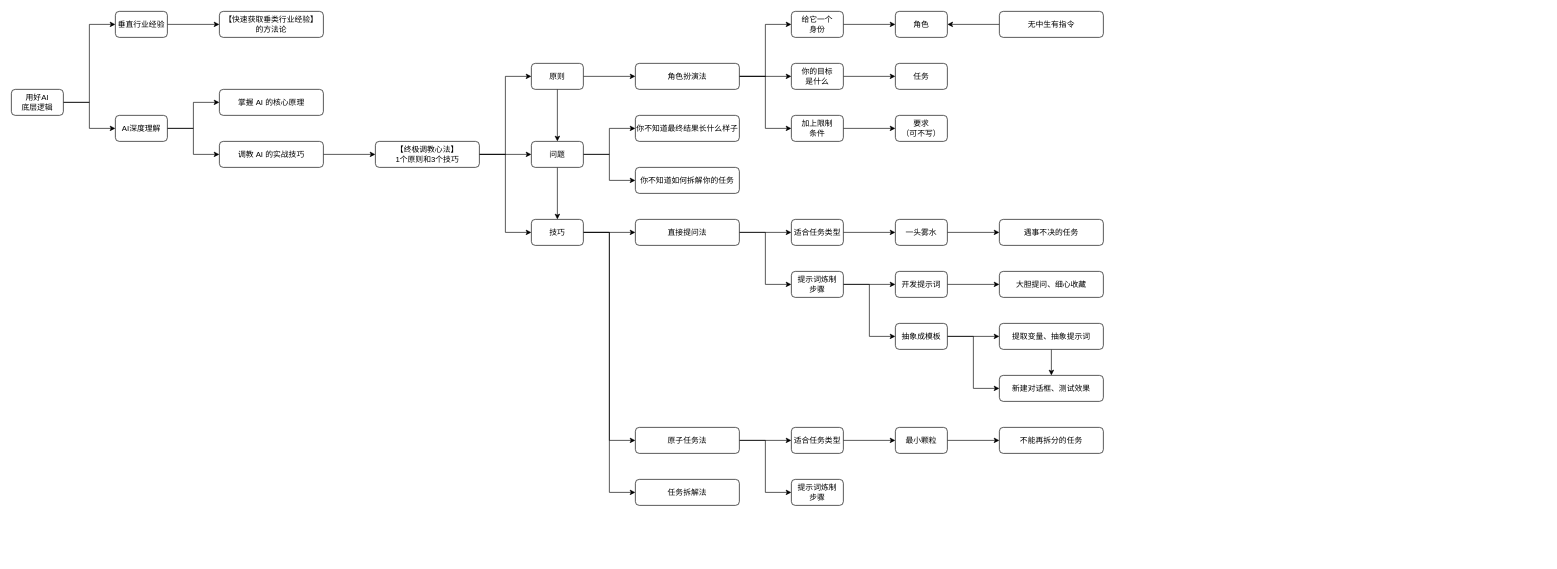
Earlier version of the draw.io diagram AI prompt.drawio (youyusan/AI_prompt). Source tidied: cells renumbered, new cells numbered last; positions are measured from the earlier drawing's top-left corner, leaving out a move shared by most shapes. Both pictures are drawn from the tidied source at 65%, with x=0, y=0 at pixel (11, 11).
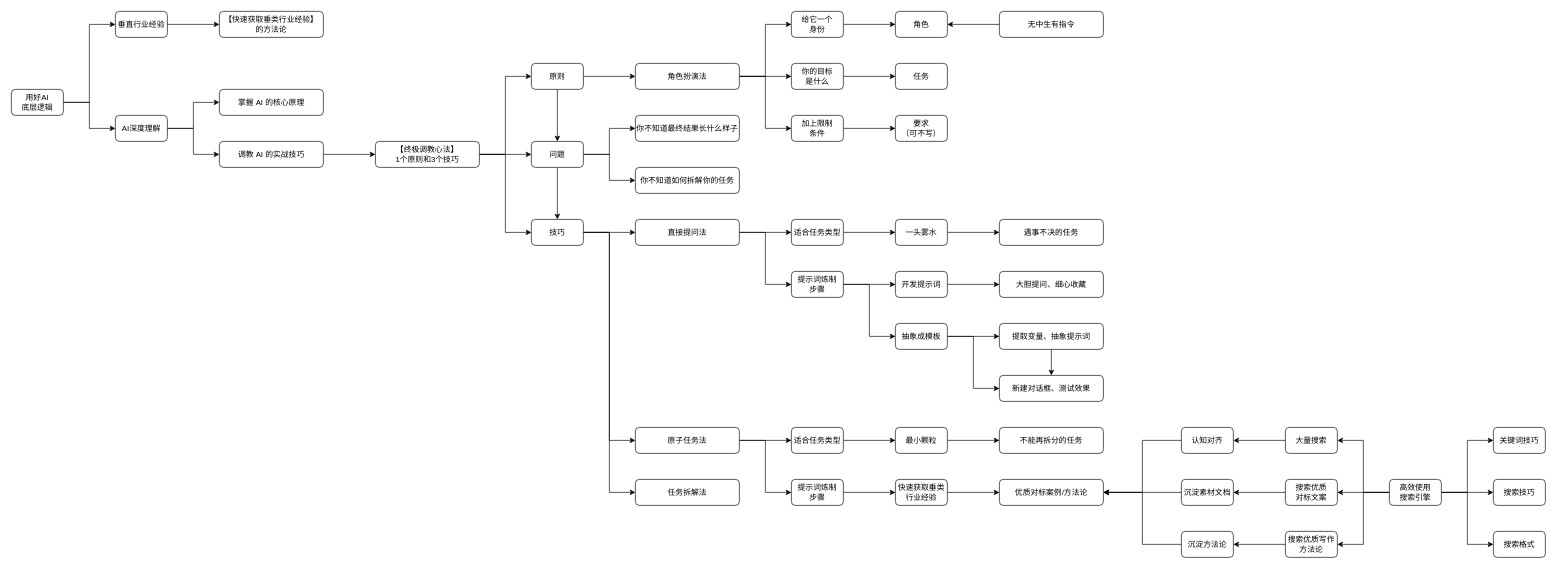
After the change.

The change refers to these unchanged cells:
```xml
<mxCell id="72" value="提示词炼制&lt;br&gt;步骤" style="rounded=1;whiteSpace=wrap;html=1;" parent="1" vertex="1">
  <mxGeometry x="1200" y="720" width="80" height="40" as="geometry" />
</mxCell>
```

The edit, as a diff of the source:
```diff
@@
+    <mxCell id="76" style="edgeStyle=orthogonalEdgeStyle;shape=connector;rounded=0;hachureGap=4;jettySize=auto;html=1;strokeColor=default;align=center;verticalAlign=middle;fontFamily=Architects Daughter;fontSize=11;fontColor=default;labelBackgroundColor=default;endArrow=classic;" parent="1" edge="1" source="72" target="78">
+      <mxGeometry relative="1" as="geometry" />
+    </mxCell>
@@
+    <mxCell id="77" style="edgeStyle=orthogonalEdgeStyle;shape=connector;rounded=0;hachureGap=4;jettySize=auto;html=1;strokeColor=default;align=center;verticalAlign=middle;fontFamily=Architects Daughter;fontSize=11;fontColor=default;labelBackgroundColor=default;endArrow=classic;" parent="1" edge="1" source="78" target="79">
+      <mxGeometry relative="1" as="geometry" />
+    </mxCell>
+    <mxCell id="78" value="&lt;div&gt;快速获取垂类行业经验&lt;/div&gt;" style="rounded=1;whiteSpace=wrap;html=1;" parent="1" vertex="1">
+      <mxGeometry x="1360" y="720" width="80" height="40" as="geometry" />
+    </mxCell>
+    <mxCell id="79" value="&lt;div&gt;优质对标案例/方法论&lt;/div&gt;" style="rounded=1;whiteSpace=wrap;html=1;" parent="1" vertex="1">
+      <mxGeometry x="1520" y="720" width="160" height="40" as="geometry" />
+    </mxCell>
+    <mxCell id="80" style="edgeStyle=orthogonalEdgeStyle;shape=connector;rounded=0;hachureGap=4;jettySize=auto;html=1;strokeColor=default;align=center;verticalAlign=middle;fontFamily=Architects Daughter;fontSize=11;fontColor=default;labelBackgroundColor=default;endArrow=classic;" parent="1" edge="1" source="86" target="88">
+      <mxGeometry relative="1" as="geometry">
+        <Array as="points">
+          <mxPoint x="2080" y="740" />
+          <mxPoint x="2080" y="660" />
+        </Array>
+      </mxGeometry>
+    </mxCell>
+    <mxCell id="81" style="edgeStyle=orthogonalEdgeStyle;shape=connector;rounded=0;hachureGap=4;jettySize=auto;html=1;strokeColor=default;align=center;verticalAlign=middle;fontFamily=Architects Daughter;fontSize=11;fontColor=default;labelBackgroundColor=default;endArrow=classic;" parent="1" edge="1" source="86" target="90">
+      <mxGeometry relative="1" as="geometry" />
+    </mxCell>
+    <mxCell id="82" style="edgeStyle=orthogonalEdgeStyle;shape=connector;rounded=0;hachureGap=4;jettySize=auto;html=1;entryX=1;entryY=0.5;entryDx=0;entryDy=0;strokeColor=default;align=center;verticalAlign=middle;fontFamily=Architects Daughter;fontSize=11;fontColor=default;labelBackgroundColor=default;endArrow=classic;" parent="1" edge="1" source="86" target="92">
+      <mxGeometry relative="1" as="geometry" />
+    </mxCell>
+    <mxCell id="83" style="edgeStyle=orthogonalEdgeStyle;shape=connector;rounded=0;hachureGap=4;jettySize=auto;html=1;entryX=0;entryY=0.5;entryDx=0;entryDy=0;strokeColor=default;align=center;verticalAlign=middle;fontFamily=Architects Daughter;fontSize=11;fontColor=default;labelBackgroundColor=default;endArrow=classic;" parent="1" edge="1" source="86" target="99">
+      <mxGeometry relative="1" as="geometry" />
+    </mxCell>
+    <mxCell id="84" style="edgeStyle=orthogonalEdgeStyle;shape=connector;rounded=0;hachureGap=4;jettySize=auto;html=1;strokeColor=default;align=center;verticalAlign=middle;fontFamily=Architects Daughter;fontSize=11;fontColor=default;labelBackgroundColor=default;endArrow=classic;" parent="1" edge="1" source="86" target="100">
+      <mxGeometry relative="1" as="geometry" />
+    </mxCell>
+    <mxCell id="85" style="edgeStyle=orthogonalEdgeStyle;shape=connector;rounded=0;hachureGap=4;jettySize=auto;html=1;entryX=0;entryY=0.5;entryDx=0;entryDy=0;strokeColor=default;align=center;verticalAlign=middle;fontFamily=Architects Daughter;fontSize=11;fontColor=default;labelBackgroundColor=default;endArrow=classic;" parent="1" edge="1" source="86" target="101">
+      <mxGeometry relative="1" as="geometry" />
+    </mxCell>
+    <mxCell id="86" value="&lt;div&gt;高效使用&lt;br&gt;搜索引擎&lt;/div&gt;" style="rounded=1;whiteSpace=wrap;html=1;" parent="1" vertex="1">
+      <mxGeometry x="2120" y="720" width="80" height="40" as="geometry" />
+    </mxCell>
+    <mxCell id="87" style="edgeStyle=orthogonalEdgeStyle;shape=connector;rounded=0;hachureGap=4;jettySize=auto;html=1;strokeColor=default;align=center;verticalAlign=middle;fontFamily=Architects Daughter;fontSize=11;fontColor=default;labelBackgroundColor=default;endArrow=classic;" parent="1" edge="1" source="88" target="94">
+      <mxGeometry relative="1" as="geometry" />
+    </mxCell>
+    <mxCell id="88" value="&lt;div&gt;大量搜索&lt;/div&gt;" style="rounded=1;whiteSpace=wrap;html=1;" parent="1" vertex="1">
+      <mxGeometry x="1960" y="640" width="80" height="40" as="geometry" />
+    </mxCell>
+    <mxCell id="89" style="edgeStyle=orthogonalEdgeStyle;shape=connector;rounded=0;hachureGap=4;jettySize=auto;html=1;strokeColor=default;align=center;verticalAlign=middle;fontFamily=Architects Daughter;fontSize=11;fontColor=default;labelBackgroundColor=default;endArrow=classic;" parent="1" edge="1" source="90" target="96">
+      <mxGeometry relative="1" as="geometry" />
+    </mxCell>
+    <mxCell id="90" value="&lt;div&gt;搜索优质&lt;br&gt;对标文案&lt;/div&gt;" style="rounded=1;whiteSpace=wrap;html=1;" parent="1" vertex="1">
+      <mxGeometry x="1960" y="720" width="80" height="40" as="geometry" />
+    </mxCell>
+    <mxCell id="91" style="edgeStyle=orthogonalEdgeStyle;shape=connector;rounded=0;hachureGap=4;jettySize=auto;html=1;strokeColor=default;align=center;verticalAlign=middle;fontFamily=Architects Daughter;fontSize=11;fontColor=default;labelBackgroundColor=default;endArrow=classic;" parent="1" edge="1" source="92" target="98">
+      <mxGeometry relative="1" as="geometry" />
+    </mxCell>
+    <mxCell id="92" value="&lt;div&gt;搜索优质写作方法论&lt;/div&gt;" style="rounded=1;whiteSpace=wrap;html=1;" parent="1" vertex="1">
+      <mxGeometry x="1960" y="800" width="80" height="40" as="geometry" />
+    </mxCell>
+    <mxCell id="93" style="edgeStyle=orthogonalEdgeStyle;shape=connector;rounded=0;hachureGap=4;jettySize=auto;html=1;entryX=1;entryY=0.5;entryDx=0;entryDy=0;strokeColor=default;align=center;verticalAlign=middle;fontFamily=Architects Daughter;fontSize=11;fontColor=default;labelBackgroundColor=default;endArrow=classic;" parent="1" edge="1" source="94" target="79">
+      <mxGeometry relative="1" as="geometry" />
+    </mxCell>
+    <mxCell id="94" value="&lt;div&gt;认知对齐&lt;/div&gt;" style="rounded=1;whiteSpace=wrap;html=1;" parent="1" vertex="1">
+      <mxGeometry x="1800" y="640" width="80" height="40" as="geometry" />
+    </mxCell>
+    <mxCell id="95" style="edgeStyle=orthogonalEdgeStyle;shape=connector;rounded=0;hachureGap=4;jettySize=auto;html=1;strokeColor=default;align=center;verticalAlign=middle;fontFamily=Architects Daughter;fontSize=11;fontColor=default;labelBackgroundColor=default;endArrow=classic;" parent="1" edge="1" source="96" target="79">
+      <mxGeometry relative="1" as="geometry" />
+    </mxCell>
+    <mxCell id="96" value="&lt;div&gt;沉淀素材文档&lt;/div&gt;" style="rounded=1;whiteSpace=wrap;html=1;" parent="1" vertex="1">
+      <mxGeometry x="1800" y="720" width="80" height="40" as="geometry" />
+    </mxCell>
+    <mxCell id="97" style="edgeStyle=orthogonalEdgeStyle;shape=connector;rounded=0;hachureGap=4;jettySize=auto;html=1;entryX=1;entryY=0.5;entryDx=0;entryDy=0;strokeColor=default;align=center;verticalAlign=middle;fontFamily=Architects Daughter;fontSize=11;fontColor=default;labelBackgroundColor=default;endArrow=classic;" parent="1" edge="1" source="98" target="79">
+      <mxGeometry relative="1" as="geometry" />
+    </mxCell>
+    <mxCell id="98" value="&lt;div&gt;沉淀方法论&lt;/div&gt;" style="rounded=1;whiteSpace=wrap;html=1;" parent="1" vertex="1">
+      <mxGeometry x="1800" y="800" width="80" height="40" as="geometry" />
+    </mxCell>
+    <mxCell id="99" value="&lt;div&gt;关键词技巧&lt;/div&gt;" style="rounded=1;whiteSpace=wrap;html=1;" parent="1" vertex="1">
+      <mxGeometry x="2280" y="640" width="80" height="40" as="geometry" />
+    </mxCell>
+    <mxCell id="100" value="&lt;div&gt;搜索技巧&lt;/div&gt;" style="rounded=1;whiteSpace=wrap;html=1;" parent="1" vertex="1">
+      <mxGeometry x="2280" y="720" width="80" height="40" as="geometry" />
+    </mxCell>
+    <mxCell id="101" value="搜索格式" style="rounded=1;whiteSpace=wrap;html=1;" parent="1" vertex="1">
+      <mxGeometry x="2280" y="800" width="80" height="40" as="geometry" />
+    </mxCell>
```
